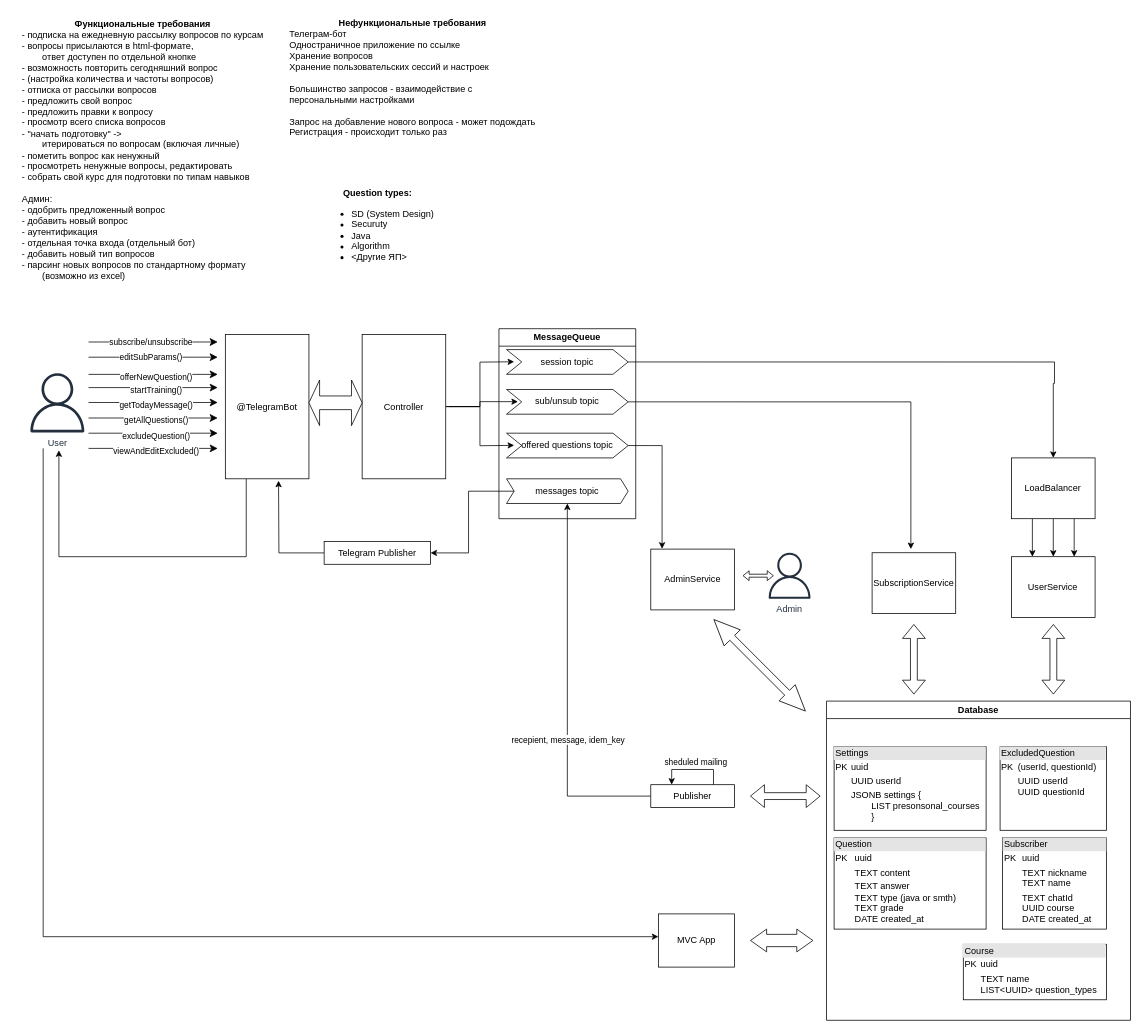
Earlier version of the draw.io diagram SobesCracker.drawio (maksarts/test-project-files). Source tidied: cells renumbered, new cells numbered last; positions are measured from the earlier drawing's top-left corner, leaving out a move shared by most shapes. Both pictures are drawn from the tidied source at 76%, with x=0, y=0 at pixel (13, 13).
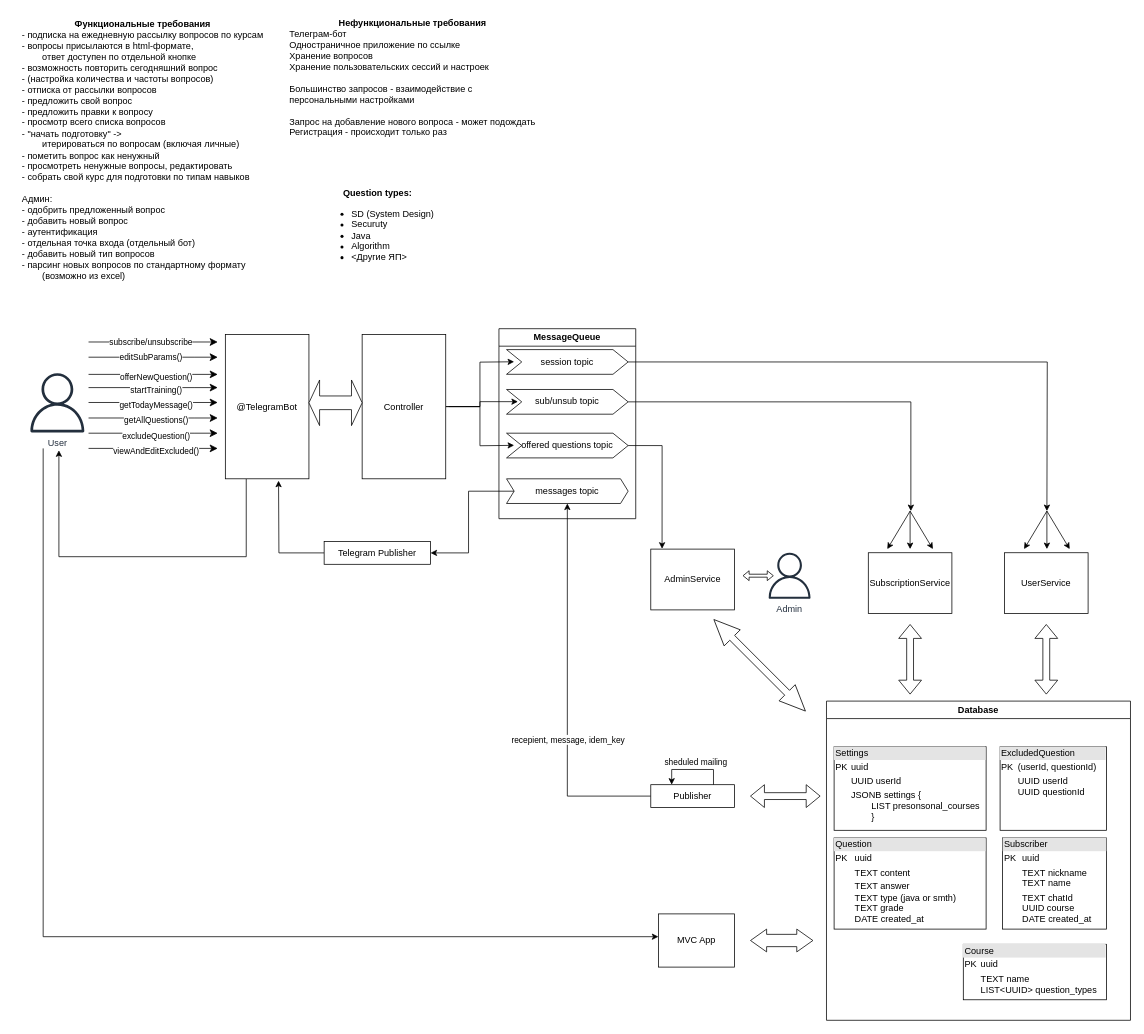
The same diagram, later.

Unchanged cells that the change refers to:
```xml
<mxCell id="24" value="MessageQueue" style="swimlane;whiteSpace=wrap;html=1;" parent="1" vertex="1">
  <mxGeometry x="639" y="415" width="180" height="250" as="geometry" />
</mxCell>
<mxCell id="25" value="session topic" style="shape=step;perimeter=stepPerimeter;whiteSpace=wrap;html=1;fixedSize=1;" parent="24" vertex="1">
  <mxGeometry x="10" y="27.5" width="160" height="32.5" as="geometry" />
</mxCell>
<mxCell id="26" value="sub/unsub topic" style="shape=step;perimeter=stepPerimeter;whiteSpace=wrap;html=1;fixedSize=1;" parent="24" vertex="1">
  <mxGeometry x="10" y="80" width="160" height="32.5" as="geometry" />
</mxCell>
```

The edit, as a diff of the source:
```diff
@@
+    <mxCell id="67" style="edgeStyle=orthogonalEdgeStyle;rounded=0;jettySize=auto;html=1;exitX=1;exitY=0.5;exitDx=0;exitDy=0;" parent="24" edge="1" source="25">
+      <mxGeometry relative="1" as="geometry">
+        <mxPoint x="721" y="240" as="targetPoint" />
+      </mxGeometry>
+    </mxCell>
@@
     <mxCell id="29" value="SubscriptionService" style="html=1;whiteSpace=wrap;" parent="1" vertex="1">
-      <mxGeometry x="1130" y="709.8" width="110" height="80" as="geometry" />
+      <mxGeometry x="1125" y="709.8" width="110" height="80" as="geometry" />
     </mxCell>
     <mxCell id="30" style="edgeStyle=orthogonalEdgeStyle;rounded=0;jettySize=auto;html=1;exitX=1;exitY=0.5;exitDx=0;exitDy=0;" parent="1" edge="1" source="26">
       <mxGeometry relative="1" as="geometry">
-        <mxPoint x="1181" y="705" as="targetPoint" />
+        <mxPoint x="1181" y="655" as="targetPoint" />
         <Array as="points">
           <mxPoint x="1181" y="511" />
         </Array>
       </mxGeometry>
     </mxCell>
@@
-    <mxCell id="32" style="edgeStyle=orthogonalEdgeStyle;rounded=0;jettySize=auto;html=1;exitX=0.25;exitY=1;exitDx=0;exitDy=0;entryX=0.25;entryY=0;entryDx=0;entryDy=0;" parent="1" edge="1" source="35" target="37">
-      <mxGeometry relative="1" as="geometry" />
-    </mxCell>
-    <mxCell id="33" style="edgeStyle=orthogonalEdgeStyle;rounded=0;jettySize=auto;html=1;exitX=0.5;exitY=1;exitDx=0;exitDy=0;entryX=0.5;entryY=0;entryDx=0;entryDy=0;" parent="1" edge="1" source="35" target="37">
-      <mxGeometry relative="1" as="geometry" />
-    </mxCell>
-    <mxCell id="34" style="edgeStyle=orthogonalEdgeStyle;rounded=0;jettySize=auto;html=1;exitX=0.75;exitY=1;exitDx=0;exitDy=0;entryX=0.75;entryY=0;entryDx=0;entryDy=0;" parent="1" edge="1" source="35" target="37">
-      <mxGeometry relative="1" as="geometry" />
-    </mxCell>
-    <mxCell id="35" value="LoadBalancer" style="html=1;whiteSpace=wrap;" parent="1" vertex="1">
-      <mxGeometry x="1313.4" y="585" width="110" height="80" as="geometry" />
-    </mxCell>
-    <mxCell id="36" style="edgeStyle=orthogonalEdgeStyle;rounded=0;jettySize=auto;html=1;exitX=1;exitY=0.5;exitDx=0;exitDy=0;entryX=0.5;entryY=0;entryDx=0;entryDy=0;" parent="1" edge="1" source="25" target="35">
-      <mxGeometry relative="1" as="geometry">
-        <Array as="points">
-          <mxPoint x="1370" y="459" />
-          <mxPoint x="1370" y="487" />
-        </Array>
-      </mxGeometry>
-    </mxCell>
     <mxCell id="37" value="UserService" style="html=1;whiteSpace=wrap;" parent="1" vertex="1">
-      <mxGeometry x="1313.4" y="715" width="110" height="80" as="geometry" />
+      <mxGeometry x="1304.2" y="709.8" width="110" height="80" as="geometry" />
     </mxCell>
@@
     <mxCell id="60" style="shape=doubleArrow;whiteSpace=wrap;html=1;rotation=90;" parent="1" vertex="1">
-      <mxGeometry x="1322.7" y="835" width="91.6" height="30" as="geometry" />
+      <mxGeometry x="1313.4" y="835" width="91.6" height="30" as="geometry" />
     </mxCell>
     <mxCell id="61" style="shape=doubleArrow;whiteSpace=wrap;html=1;rotation=90;" parent="1" vertex="1">
-      <mxGeometry x="1139.2" y="835" width="91.6" height="30" as="geometry" />
+      <mxGeometry x="1134.2" y="835" width="91.6" height="30" as="geometry" />
     </mxCell>
@@
+    <mxCell id="68" style="endArrow=classic;html=1;rounded=0;" parent="1" edge="1">
+      <mxGeometry relative="1" as="geometry">
+        <mxPoint x="1180" y="655" as="sourcePoint" />
+        <mxPoint x="1150" y="705" as="targetPoint" />
+      </mxGeometry>
+    </mxCell>
+    <mxCell id="69" style="endArrow=classic;html=1;rounded=0;" parent="1" edge="1">
+      <mxGeometry relative="1" as="geometry">
+        <mxPoint x="1180" y="655" as="sourcePoint" />
+        <mxPoint x="1180" y="705" as="targetPoint" />
+      </mxGeometry>
+    </mxCell>
+    <mxCell id="70" style="endArrow=classic;html=1;rounded=0;" parent="1" edge="1">
+      <mxGeometry relative="1" as="geometry">
+        <mxPoint x="1180" y="655" as="sourcePoint" />
+        <mxPoint x="1210" y="705" as="targetPoint" />
+      </mxGeometry>
+    </mxCell>
+    <mxCell id="71" style="endArrow=classic;html=1;rounded=0;" parent="1" edge="1">
+      <mxGeometry relative="1" as="geometry">
+        <mxPoint x="1360" y="655" as="sourcePoint" />
+        <mxPoint x="1330" y="705" as="targetPoint" />
+      </mxGeometry>
+    </mxCell>
+    <mxCell id="72" style="endArrow=classic;html=1;rounded=0;" parent="1" edge="1">
+      <mxGeometry relative="1" as="geometry">
+        <mxPoint x="1360" y="655" as="sourcePoint" />
+        <mxPoint x="1360" y="705" as="targetPoint" />
+      </mxGeometry>
+    </mxCell>
+    <mxCell id="73" style="endArrow=classic;html=1;rounded=0;" parent="1" edge="1">
+      <mxGeometry relative="1" as="geometry">
+        <mxPoint x="1360" y="655" as="sourcePoint" />
+        <mxPoint x="1390" y="705" as="targetPoint" />
+      </mxGeometry>
+    </mxCell>
```
